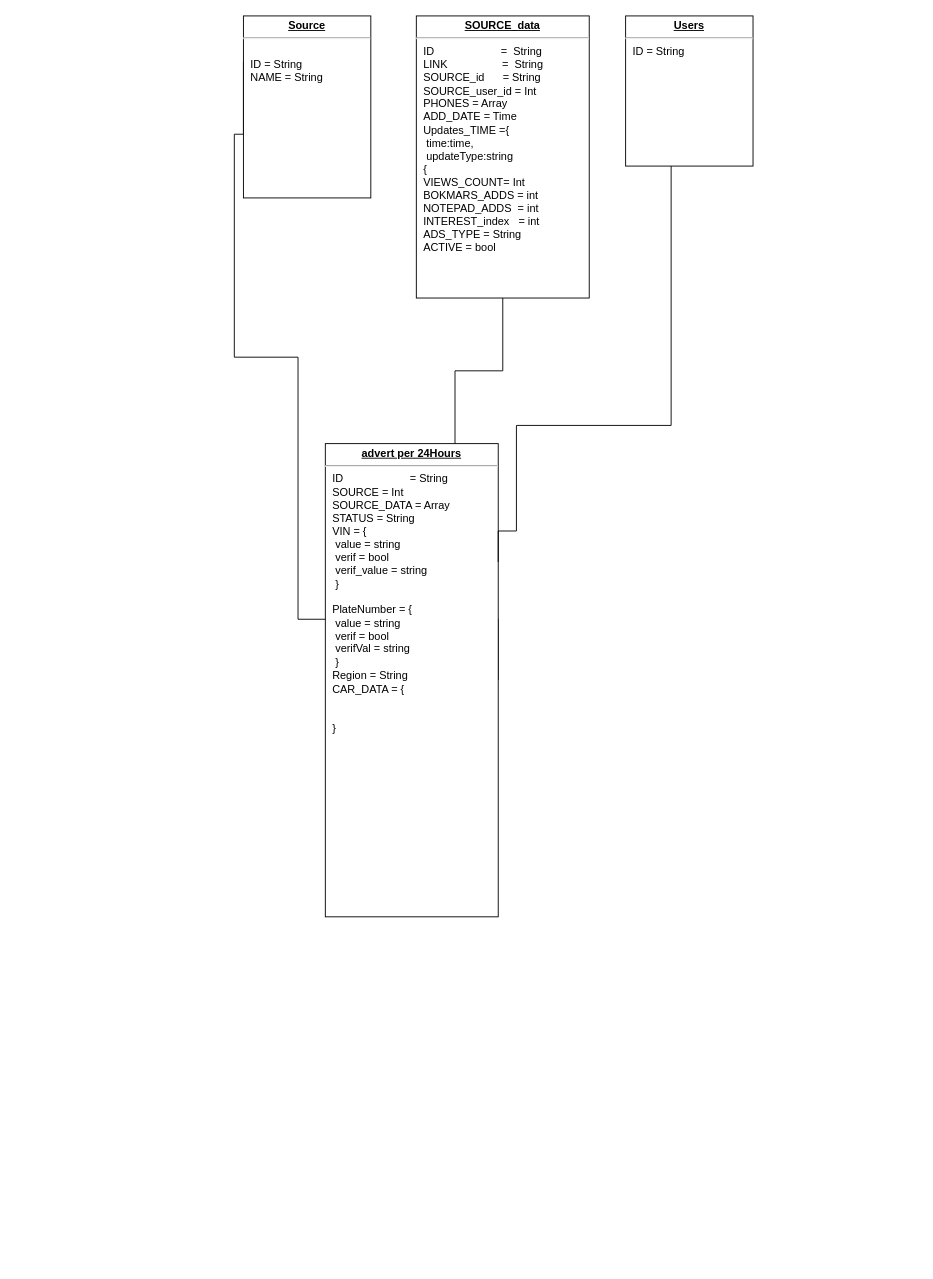
Above: .drawio in Dromich/car_dog_diagram (draw.io), before the change. Source tidied: cells renumbered, new cells numbered last; positions are measured from the earlier drawing's top-left corner, leaving out a move shared by most shapes. Both pictures are drawn from the tidied source at 91%, with x=0, y=0 at pixel (234, 15).
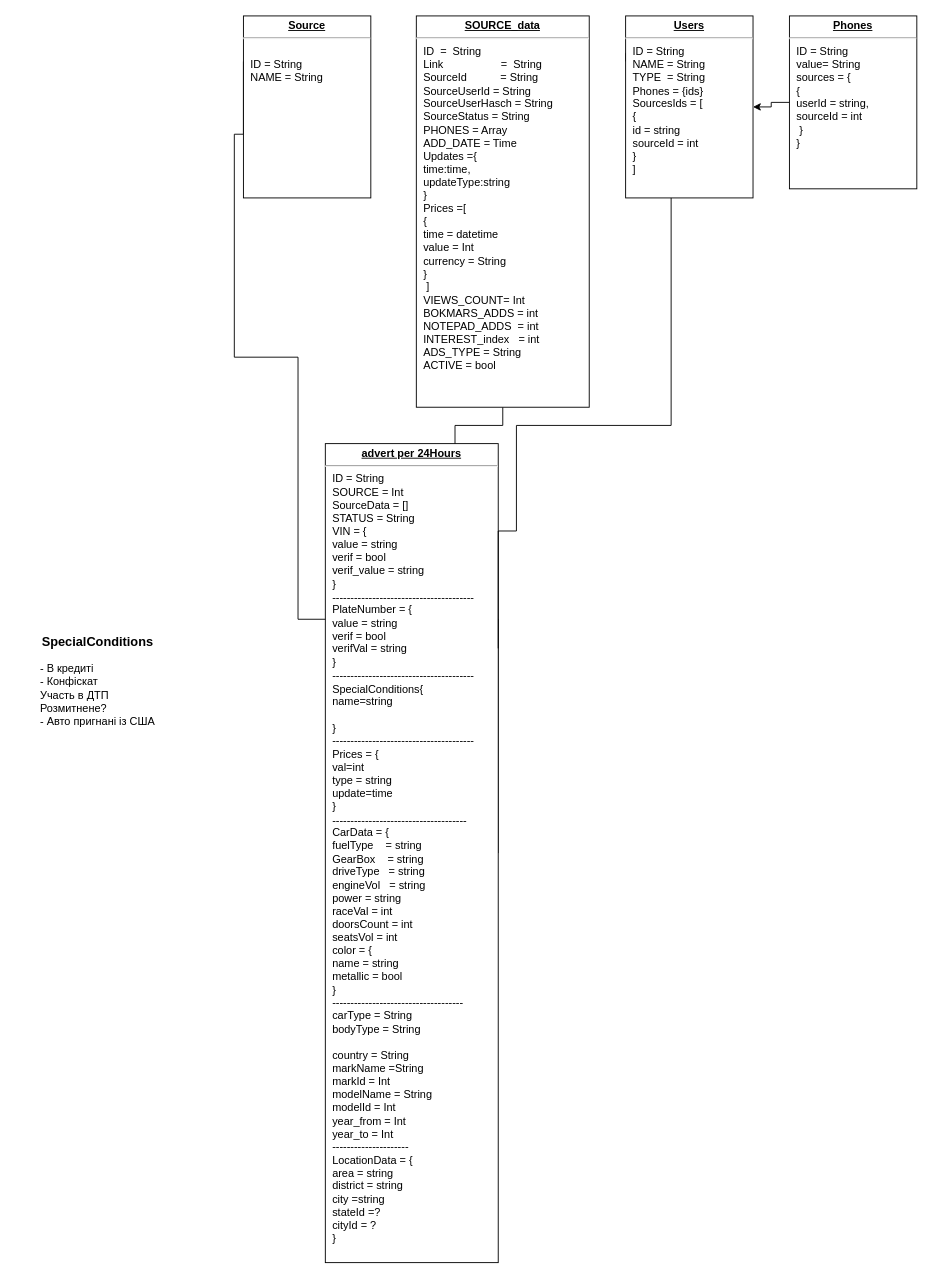
The same diagram, later.

Change to the diagram source:
```diff
@@
 <mxGraphModel>
   <root>
     <mxCell id="0" />
     <mxCell id="1" parent="0" />
     <mxCell id="2" style="edgeStyle=orthogonalEdgeStyle;rounded=0;html=1;exitX=1;exitY=0.5;entryX=0;entryY=0.25;labelBackgroundColor=none;endArrow=none;endFill=0;endSize=8;fontFamily=Verdana;fontSize=12;align=left;" parent="1" edge="1" source="3" target="6">
       <mxGeometry relative="1" as="geometry">
         <Array as="points">
           <mxPoint x="70" y="663" />
           <mxPoint x="70" y="375" />
           <mxPoint y="375" />
           <mxPoint y="130" />
         </Array>
       </mxGeometry>
     </mxCell>
-    <mxCell id="3" value="&lt;p style=&quot;margin: 0px ; margin-top: 4px ; text-align: center ; text-decoration: underline&quot;&gt;&lt;b&gt;advert per 24Hours&lt;/b&gt;&lt;br&gt;&lt;/p&gt;&lt;hr&gt;&lt;p style=&quot;margin: 0px ; margin-left: 8px&quot;&gt;ID&amp;nbsp;&amp;nbsp;&amp;nbsp;&amp;nbsp;&amp;nbsp;&amp;nbsp;&amp;nbsp;&amp;nbsp;&amp;nbsp;&amp;nbsp;&amp;nbsp; &amp;nbsp; &amp;nbsp; &amp;nbsp; &amp;nbsp; &amp;nbsp; = String&lt;br&gt;SOURCE = Int&lt;br&gt;SOURCE_DATA = Array&lt;/p&gt;&lt;p style=&quot;margin: 0px ; margin-left: 8px&quot;&gt;STATUS = String&lt;/p&gt;&lt;p style=&quot;margin: 0px ; margin-left: 8px&quot;&gt;VIN = {&lt;/p&gt;&lt;p style=&quot;margin: 0px ; margin-left: 8px&quot;&gt;&lt;span&gt; &lt;span style=&quot;white-space: pre&quot;&gt; &lt;/span&gt;value = string&lt;br&gt;&lt;span&gt; &lt;/span&gt;&lt;span style=&quot;white-space: pre&quot;&gt; &lt;/span&gt;verif   = bool&lt;/span&gt;&lt;/p&gt;&lt;p style=&quot;margin: 0px ; margin-left: 8px&quot;&gt;&lt;span&gt;&lt;span style=&quot;white-space: pre&quot;&gt; &lt;/span&gt;verif_value = string&lt;br&gt;&lt;/span&gt;&lt;/p&gt;&lt;p style=&quot;margin: 0px ; margin-left: 8px&quot;&gt;&lt;span&gt;&lt;span&gt; &lt;/span&gt;&lt;span style=&quot;white-space: pre&quot;&gt; &lt;/span&gt;}&lt;/span&gt;&lt;/p&gt;&lt;p style=&quot;margin: 0px ; margin-left: 8px&quot;&gt;&lt;span&gt;&lt;br&gt;&lt;/span&gt;&lt;/p&gt;&lt;p style=&quot;margin: 0px ; margin-left: 8px&quot;&gt;PlateNumber = {&lt;/p&gt;&lt;p style=&quot;margin: 0px ; margin-left: 8px&quot;&gt;&lt;span style=&quot;white-space: pre&quot;&gt; &lt;/span&gt;value = string&lt;br&gt;&lt;span style=&quot;white-space: pre&quot;&gt; &lt;/span&gt;verif = bool&lt;br&gt;&lt;span style=&quot;white-space: pre&quot;&gt; &lt;/span&gt;verifVal = string&lt;br&gt;&lt;/p&gt;&lt;p style=&quot;margin: 0px ; margin-left: 8px&quot;&gt;&lt;span style=&quot;white-space: pre&quot;&gt; &lt;/span&gt;}&lt;/p&gt;&lt;p style=&quot;margin: 0px ; margin-left: 8px&quot;&gt;Region = String&lt;/p&gt;&lt;p style=&quot;margin: 0px ; margin-left: 8px&quot;&gt;CAR_DATA = {&lt;/p&gt;&lt;p style=&quot;margin: 0px ; margin-left: 8px&quot;&gt;&lt;span style=&quot;white-space: pre&quot;&gt;&lt;span style=&quot;white-space: pre&quot;&gt; &lt;/span&gt; &lt;/span&gt;&lt;/p&gt;&lt;p style=&quot;margin: 0px ; margin-left: 8px&quot;&gt;&lt;br&gt;&lt;/p&gt;&lt;p style=&quot;margin: 0px ; margin-left: 8px&quot;&gt;}&lt;br&gt;&lt;/p&gt;&lt;p style=&quot;margin: 0px ; margin-left: 8px&quot;&gt;&lt;span style=&quot;white-space: pre&quot;&gt; &lt;/span&gt;&lt;br&gt;&lt;/p&gt;&lt;p style=&quot;margin: 0px ; margin-left: 8px&quot;&gt;&lt;br&gt;&lt;/p&gt;&lt;p style=&quot;margin: 0px ; margin-left: 8px&quot;&gt;&lt;br&gt;&lt;/p&gt;&lt;p style=&quot;margin: 0px ; margin-left: 8px&quot;&gt;&lt;br&gt;&lt;/p&gt;&lt;p style=&quot;margin: 0px ; margin-left: 8px&quot;&gt;&lt;br&gt;&lt;/p&gt;" style="verticalAlign=top;align=left;overflow=fill;fontSize=12;fontFamily=Helvetica;html=1;rounded=0;shadow=0;comic=0;labelBackgroundColor=none;strokeWidth=1;" parent="1" vertex="1">
-      <mxGeometry x="100" y="470" width="190" height="520" as="geometry" />
+    <mxCell id="3" value="&lt;p style=&quot;margin: 0px ; margin-top: 4px ; text-align: center ; text-decoration: underline&quot;&gt;&lt;b&gt;advert per 24Hours&lt;/b&gt;&lt;br&gt;&lt;/p&gt;&lt;hr&gt;&lt;p style=&quot;margin: 0px ; margin-left: 8px&quot;&gt;ID = String&lt;br&gt;SOURCE = Int&lt;br&gt;SourceData = []&lt;br&gt;&lt;/p&gt;&lt;p style=&quot;margin: 0px ; margin-left: 8px&quot;&gt;STATUS = String&lt;/p&gt;&lt;p style=&quot;margin: 0px ; margin-left: 8px&quot;&gt;VIN = {&lt;/p&gt;&lt;p style=&quot;margin: 0px ; margin-left: 8px&quot;&gt;&lt;span&gt; &lt;span&gt; &lt;/span&gt;value = string&lt;br&gt;&lt;span&gt; &lt;/span&gt;&lt;span&gt; &lt;/span&gt;verif   = bool&lt;/span&gt;&lt;/p&gt;&lt;p style=&quot;margin: 0px ; margin-left: 8px&quot;&gt;&lt;span&gt;&lt;span&gt; &lt;/span&gt;verif_value = string&lt;br&gt;&lt;/span&gt;&lt;/p&gt;&lt;p style=&quot;margin: 0px ; margin-left: 8px&quot;&gt;&lt;span&gt;&lt;span&gt; &lt;/span&gt;&lt;span&gt; &lt;/span&gt;}&lt;/span&gt;&lt;/p&gt;&lt;p style=&quot;margin: 0px ; margin-left: 8px&quot;&gt;&lt;span&gt;---------------------------------------&lt;br&gt;&lt;/span&gt;&lt;/p&gt;&lt;p style=&quot;margin: 0px ; margin-left: 8px&quot;&gt;PlateNumber = {&lt;/p&gt;&lt;p style=&quot;margin: 0px ; margin-left: 8px&quot;&gt;&lt;span&gt; &lt;/span&gt;value = string&lt;br&gt;&lt;span&gt; &lt;/span&gt;verif = bool&lt;br&gt;&lt;span&gt; &lt;/span&gt;verifVal = string&lt;br&gt;&lt;/p&gt;&lt;p style=&quot;margin: 0px ; margin-left: 8px&quot;&gt;&lt;span&gt; &lt;/span&gt;}&lt;/p&gt;&lt;p style=&quot;margin: 0px ; margin-left: 8px&quot;&gt;---------------------------------------&lt;br&gt;&lt;/p&gt;&lt;p style=&quot;margin: 0px ; margin-left: 8px&quot;&gt;SpecialСonditions{&lt;/p&gt;&lt;p style=&quot;margin: 0px ; margin-left: 8px&quot;&gt;name=string&lt;br&gt;&lt;/p&gt;&lt;p style=&quot;margin: 0px ; margin-left: 8px&quot;&gt;&lt;br&gt;&lt;/p&gt;&lt;p style=&quot;margin: 0px ; margin-left: 8px&quot;&gt;}&lt;/p&gt;&lt;p style=&quot;margin: 0px ; margin-left: 8px&quot;&gt;---------------------------------------&lt;br&gt;&lt;/p&gt;&lt;p style=&quot;margin: 0px ; margin-left: 8px&quot;&gt;Prices = {&lt;/p&gt;&lt;p style=&quot;margin: 0px ; margin-left: 8px&quot;&gt;val=int&lt;/p&gt;&lt;p style=&quot;margin: 0px ; margin-left: 8px&quot;&gt;type = string&lt;br&gt;&lt;/p&gt;&lt;p style=&quot;margin: 0px ; margin-left: 8px&quot;&gt;update=time&lt;br&gt;&lt;/p&gt;&lt;p style=&quot;margin: 0px ; margin-left: 8px&quot;&gt;}&lt;/p&gt;&lt;p style=&quot;margin: 0px ; margin-left: 8px&quot;&gt;-------------------------------------&lt;/p&gt;&lt;p style=&quot;margin: 0px ; margin-left: 8px&quot;&gt;CarData = {&lt;/p&gt;&lt;p style=&quot;margin: 0px ; margin-left: 8px&quot;&gt;&lt;span&gt; &lt;/span&gt;fuelType&amp;nbsp;&amp;nbsp;&amp;nbsp; = string&lt;/p&gt;&lt;p style=&quot;margin: 0px ; margin-left: 8px&quot;&gt;GearBox&amp;nbsp;&amp;nbsp;&amp;nbsp; = string&lt;/p&gt;&lt;p style=&quot;margin: 0px ; margin-left: 8px&quot;&gt;driveType&amp;nbsp;&amp;nbsp; = string&lt;/p&gt;&lt;p style=&quot;margin: 0px ; margin-left: 8px&quot;&gt;engineVol&amp;nbsp;&amp;nbsp; = string&lt;/p&gt;&lt;p style=&quot;margin: 0px ; margin-left: 8px&quot;&gt;power = string&lt;br&gt;&lt;/p&gt;&lt;p style=&quot;margin: 0px ; margin-left: 8px&quot;&gt;raceVal = int&lt;/p&gt;&lt;p style=&quot;margin: 0px ; margin-left: 8px&quot;&gt;doorsCount = int&lt;/p&gt;&lt;p style=&quot;margin: 0px ; margin-left: 8px&quot;&gt;seatsVol = int&lt;/p&gt;&lt;p style=&quot;margin: 0px ; margin-left: 8px&quot;&gt;color = {&lt;/p&gt;&lt;p style=&quot;margin: 0px ; margin-left: 8px&quot;&gt;name = string&lt;/p&gt;&lt;p style=&quot;margin: 0px ; margin-left: 8px&quot;&gt;metallic = bool&lt;br&gt;&lt;/p&gt;&lt;p style=&quot;margin: 0px ; margin-left: 8px&quot;&gt;}&lt;/p&gt;&lt;p style=&quot;margin: 0px ; margin-left: 8px&quot;&gt;------------------------------------&lt;/p&gt;&lt;p style=&quot;margin: 0px ; margin-left: 8px&quot;&gt;&lt;span style=&quot;background-color: rgb(255 , 255 , 255)&quot;&gt;carType = String&lt;/span&gt;&lt;/p&gt;&lt;p style=&quot;margin: 0px ; margin-left: 8px&quot;&gt;bodyType = String&lt;/p&gt;&lt;p style=&quot;margin: 0px ; margin-left: 8px&quot;&gt;&lt;br&gt;&lt;/p&gt;&lt;p style=&quot;margin: 0px ; margin-left: 8px&quot;&gt;country = String&lt;/p&gt;&lt;p style=&quot;margin: 0px ; margin-left: 8px&quot;&gt;markName =String&lt;/p&gt;&lt;p style=&quot;margin: 0px ; margin-left: 8px&quot;&gt;markId = Int&lt;/p&gt;&lt;p style=&quot;margin: 0px ; margin-left: 8px&quot;&gt;modelName = String&lt;/p&gt;&lt;p style=&quot;margin: 0px ; margin-left: 8px&quot;&gt;modelId = Int&lt;/p&gt;&lt;p style=&quot;margin: 0px ; margin-left: 8px&quot;&gt;year_from = Int&lt;/p&gt;&lt;p style=&quot;margin: 0px ; margin-left: 8px&quot;&gt;year_to = Int&lt;/p&gt;&lt;p style=&quot;margin: 0px ; margin-left: 8px&quot;&gt;&lt;span&gt; &lt;/span&gt;---------------------&lt;/p&gt;&lt;p style=&quot;margin: 0px ; margin-left: 8px&quot;&gt;LocationData = {&lt;/p&gt;&lt;p style=&quot;margin: 0px ; margin-left: 8px&quot;&gt;area = string&lt;br&gt;&lt;/p&gt;&lt;p style=&quot;margin: 0px ; margin-left: 8px&quot;&gt;district = string&lt;/p&gt;&lt;p style=&quot;margin: 0px ; margin-left: 8px&quot;&gt;city =string&lt;/p&gt;&lt;p style=&quot;margin: 0px ; margin-left: 8px&quot;&gt;stateId =?&lt;/p&gt;&lt;p style=&quot;margin: 0px ; margin-left: 8px&quot;&gt;cityId = ?&lt;/p&gt;&lt;p style=&quot;margin: 0px ; margin-left: 8px&quot;&gt;}&lt;/p&gt;&lt;p style=&quot;margin: 0px ; margin-left: 8px&quot;&gt;&lt;br&gt;&lt;/p&gt;&lt;p style=&quot;margin: 0px ; margin-left: 8px&quot;&gt;&lt;br&gt;&lt;/p&gt;&lt;p style=&quot;margin: 0px ; margin-left: 8px&quot;&gt;&lt;br&gt;&lt;/p&gt;&lt;p style=&quot;margin: 0px ; margin-left: 8px&quot;&gt;&lt;br&gt;&lt;/p&gt;&lt;p style=&quot;margin: 0px ; margin-left: 8px&quot;&gt;&lt;br&gt;&lt;/p&gt;&lt;p style=&quot;margin: 0px ; margin-left: 8px&quot;&gt;&lt;br&gt;&lt;/p&gt;" style="verticalAlign=top;align=left;overflow=fill;fontSize=12;fontFamily=Helvetica;html=1;rounded=0;shadow=0;comic=0;labelBackgroundColor=none;strokeWidth=1;" parent="1" vertex="1">
+      <mxGeometry x="100" y="470" width="190" height="900" as="geometry" />
     </mxCell>
     <mxCell id="4" style="edgeStyle=orthogonalEdgeStyle;rounded=0;html=1;exitX=0;exitY=0.25;entryX=1;entryY=0.25;labelBackgroundColor=none;endArrow=none;endFill=0;endSize=8;fontFamily=Verdana;fontSize=12;align=left;" parent="1" edge="1" source="5" target="3">
       <mxGeometry relative="1" as="geometry">
         <Array as="points">
           <mxPoint x="480" y="41" />
           <mxPoint x="480" y="450" />
           <mxPoint x="310" y="450" />
           <mxPoint x="310" y="566" />
           <mxPoint x="290" y="566" />
         </Array>
       </mxGeometry>
     </mxCell>
-    <mxCell id="5" value="&lt;p style=&quot;margin: 0px ; margin-top: 4px ; text-align: center ; text-decoration: underline&quot;&gt;&lt;b&gt;Users&lt;/b&gt;&lt;br&gt;&lt;/p&gt;&lt;hr&gt;&lt;p style=&quot;margin: 0px ; margin-left: 8px&quot;&gt;ID = String&lt;/p&gt;" style="verticalAlign=top;align=left;overflow=fill;fontSize=12;fontFamily=Helvetica;html=1;rounded=0;shadow=0;comic=0;labelBackgroundColor=none;strokeWidth=1;" parent="1" vertex="1">
-      <mxGeometry x="430" width="140" height="165" as="geometry" />
+    <mxCell id="5" value="&lt;p style=&quot;margin: 0px ; margin-top: 4px ; text-align: center ; text-decoration: underline&quot;&gt;&lt;b&gt;Users&lt;/b&gt;&lt;br&gt;&lt;/p&gt;&lt;hr&gt;&lt;p style=&quot;margin: 0px ; margin-left: 8px&quot;&gt;ID = String&lt;/p&gt;&lt;p style=&quot;margin: 0px ; margin-left: 8px&quot;&gt;NAME = String&lt;/p&gt;&lt;p style=&quot;margin: 0px ; margin-left: 8px&quot;&gt;TYPE&amp;nbsp; = String&lt;/p&gt;&lt;p style=&quot;margin: 0px ; margin-left: 8px&quot;&gt;Phones = {ids}&lt;/p&gt;&lt;p style=&quot;margin: 0px ; margin-left: 8px&quot;&gt;SourcesIds = [&lt;/p&gt;&lt;p style=&quot;margin: 0px ; margin-left: 8px&quot;&gt;{&lt;/p&gt;&lt;p style=&quot;margin: 0px ; margin-left: 8px&quot;&gt;id = string&lt;/p&gt;&lt;p style=&quot;margin: 0px ; margin-left: 8px&quot;&gt;sourceId = int&lt;br&gt;&lt;/p&gt;&lt;p style=&quot;margin: 0px ; margin-left: 8px&quot;&gt;}&lt;br&gt;&lt;/p&gt;&lt;p style=&quot;margin: 0px ; margin-left: 8px&quot;&gt;]&lt;br&gt;&lt;/p&gt;&lt;p style=&quot;margin: 0px ; margin-left: 8px&quot;&gt;&lt;br&gt;&lt;/p&gt;" style="verticalAlign=top;align=left;overflow=fill;fontSize=12;fontFamily=Helvetica;html=1;rounded=0;shadow=0;comic=0;labelBackgroundColor=none;strokeWidth=1;" parent="1" vertex="1">
+      <mxGeometry x="430" width="140" height="200" as="geometry" />
     </mxCell>
     <mxCell id="6" value="&lt;p style=&quot;margin: 0px ; margin-top: 4px ; text-align: center ; text-decoration: underline&quot;&gt;&lt;b&gt;Source&lt;/b&gt;&lt;br&gt;&lt;/p&gt;&lt;hr&gt;&lt;p style=&quot;margin: 0px ; margin-left: 8px&quot;&gt;&lt;br&gt;ID = String&lt;/p&gt;&lt;p style=&quot;margin: 0px ; margin-left: 8px&quot;&gt;NAME = String&lt;br&gt;&lt;/p&gt;" style="verticalAlign=top;align=left;overflow=fill;fontSize=12;fontFamily=Helvetica;html=1;rounded=0;shadow=0;comic=0;labelBackgroundColor=none;strokeWidth=1;" parent="1" vertex="1">
       <mxGeometry x="10" width="140" height="200" as="geometry" />
     </mxCell>
     <mxCell id="7" style="edgeStyle=orthogonalEdgeStyle;rounded=0;jettySize=auto;html=1;entryX=0.75;entryY=0;entryDx=0;entryDy=0;endArrow=none;endFill=0;" parent="1" edge="1" source="8" target="3">
       <mxGeometry relative="1" as="geometry" />
     </mxCell>
-    <mxCell id="8" value="&lt;p style=&quot;margin: 0px ; margin-top: 4px ; text-align: center ; text-decoration: underline&quot;&gt;&lt;b&gt;SOURCE_data&lt;/b&gt;&lt;/p&gt;&lt;hr&gt;&lt;p style=&quot;margin: 0px ; margin-left: 8px&quot;&gt;ID&amp;nbsp;&amp;nbsp;&amp;nbsp;&amp;nbsp;&amp;nbsp;&amp;nbsp;&amp;nbsp;&amp;nbsp;&amp;nbsp;&amp;nbsp;&amp;nbsp;&amp;nbsp;&amp;nbsp;&amp;nbsp;&amp;nbsp;&amp;nbsp;&amp;nbsp;&amp;nbsp;&amp;nbsp;&amp;nbsp;&amp;nbsp; =&amp;nbsp; String&lt;/p&gt;&lt;p style=&quot;margin: 0px ; margin-left: 8px&quot;&gt;LINK&amp;nbsp;&amp;nbsp;&amp;nbsp;&amp;nbsp;&amp;nbsp;&amp;nbsp;&amp;nbsp;&amp;nbsp;&amp;nbsp;&amp;nbsp;&amp;nbsp;&amp;nbsp; &amp;nbsp; &amp;nbsp;&amp;nbsp; =&amp;nbsp; String&lt;/p&gt;&lt;p style=&quot;margin: 0px ; margin-left: 8px&quot;&gt;SOURCE_id&amp;nbsp;&amp;nbsp;&amp;nbsp;&amp;nbsp;&amp;nbsp; = String&lt;br&gt;&lt;/p&gt;&lt;p style=&quot;margin: 0px ; margin-left: 8px&quot;&gt;SOURCE_user_id = Int&lt;/p&gt;&lt;p style=&quot;margin: 0px ; margin-left: 8px&quot;&gt;PHONES = Array&lt;/p&gt;&lt;p style=&quot;margin: 0px ; margin-left: 8px&quot;&gt;ADD_DATE = Time&lt;/p&gt;&lt;p style=&quot;margin: 0px ; margin-left: 8px&quot;&gt;Updates_TIME ={&lt;/p&gt;&lt;p style=&quot;margin: 0px ; margin-left: 8px&quot;&gt;&lt;span&gt; &lt;/span&gt;&lt;span&gt; &lt;/span&gt;&lt;span style=&quot;white-space: pre&quot;&gt; &lt;/span&gt;time:time,&lt;/p&gt;&lt;p style=&quot;margin: 0px ; margin-left: 8px&quot;&gt;&lt;span&gt; &lt;/span&gt;&lt;span&gt; &lt;/span&gt;&lt;span style=&quot;white-space: pre&quot;&gt; &lt;/span&gt;updateType:string&lt;/p&gt;&lt;p style=&quot;margin: 0px ; margin-left: 8px&quot;&gt;&lt;span&gt; &lt;/span&gt;&lt;span&gt; &lt;/span&gt;{&lt;/p&gt;&lt;p style=&quot;margin: 0px ; margin-left: 8px&quot;&gt;VIEWS_COUNT= Int&lt;/p&gt;&lt;p style=&quot;margin: 0px ; margin-left: 8px&quot;&gt;BOKMARS_ADDS = int&lt;/p&gt;&lt;p style=&quot;margin: 0px ; margin-left: 8px&quot;&gt;NOTEPAD_ADDS&amp;nbsp; = int&lt;/p&gt;&lt;p style=&quot;margin: 0px ; margin-left: 8px&quot;&gt;INTEREST_index&amp;nbsp;&amp;nbsp; = int&lt;br&gt;ADS_TYPE = String&lt;/p&gt;&lt;p style=&quot;margin: 0px ; margin-left: 8px&quot;&gt;ACTIVE = bool&lt;/p&gt;&lt;p style=&quot;margin: 0px ; margin-left: 8px&quot;&gt;&lt;br&gt;&lt;/p&gt;&lt;p style=&quot;margin: 0px ; margin-left: 8px&quot;&gt;&lt;br&gt;&lt;/p&gt;" style="verticalAlign=top;align=left;overflow=fill;fontSize=12;fontFamily=Helvetica;html=1;rounded=0;shadow=0;comic=0;labelBackgroundColor=none;strokeWidth=1;" parent="1" vertex="1">
-      <mxGeometry x="200" width="190" height="310" as="geometry" />
+    <mxCell id="8" value="&lt;p style=&quot;margin: 0px ; margin-top: 4px ; text-align: center ; text-decoration: underline&quot;&gt;&lt;b&gt;SOURCE_data&lt;/b&gt;&lt;/p&gt;&lt;hr&gt;&lt;p style=&quot;margin: 0px ; margin-left: 8px&quot;&gt;ID&amp;nbsp; =&amp;nbsp; String&lt;/p&gt;&lt;p style=&quot;margin: 0px ; margin-left: 8px&quot;&gt;Link &amp;nbsp;&amp;nbsp;&amp;nbsp;&amp;nbsp;&amp;nbsp;&amp;nbsp;&amp;nbsp;&amp;nbsp;&amp;nbsp;&amp;nbsp;&amp;nbsp; &amp;nbsp; &amp;nbsp;&amp;nbsp;&amp;nbsp; =&amp;nbsp; String&lt;/p&gt;&lt;p style=&quot;margin: 0px ; margin-left: 8px&quot;&gt;SourceId &amp;nbsp;&amp;nbsp;&amp;nbsp;&amp;nbsp;&amp;nbsp;&amp;nbsp;&amp;nbsp; &amp;nbsp; = String&lt;br&gt;&lt;/p&gt;&lt;p style=&quot;margin: 0px ; margin-left: 8px&quot;&gt;SourceUserId = String&lt;/p&gt;&lt;p style=&quot;margin: 0px ; margin-left: 8px&quot;&gt;SourceUserHasch = String&lt;br&gt;&lt;/p&gt;&lt;p style=&quot;margin: 0px ; margin-left: 8px&quot;&gt;SourceStatus = String&lt;br&gt;&lt;/p&gt;&lt;p style=&quot;margin: 0px ; margin-left: 8px&quot;&gt;PHONES = Array&lt;/p&gt;&lt;p style=&quot;margin: 0px ; margin-left: 8px&quot;&gt;ADD_DATE = Time&lt;/p&gt;&lt;p style=&quot;margin: 0px ; margin-left: 8px&quot;&gt;Updates ={&lt;/p&gt;&lt;p style=&quot;margin: 0px ; margin-left: 8px&quot;&gt;&lt;span&gt; &lt;/span&gt;&lt;span&gt; &lt;/span&gt;&lt;span&gt; &lt;/span&gt;time:time,&lt;/p&gt;&lt;p style=&quot;margin: 0px ; margin-left: 8px&quot;&gt;&lt;span&gt; &lt;/span&gt;&lt;span&gt; &lt;/span&gt;&lt;span&gt; &lt;/span&gt;updateType:string&lt;/p&gt;&lt;p style=&quot;margin: 0px ; margin-left: 8px&quot;&gt;&lt;span&gt; &lt;/span&gt;&lt;span&gt; &lt;/span&gt;}&lt;/p&gt;&lt;p style=&quot;margin: 0px ; margin-left: 8px&quot;&gt;Prices =[&lt;/p&gt;&lt;p style=&quot;margin: 0px ; margin-left: 8px&quot;&gt;{&lt;/p&gt;&lt;p style=&quot;margin: 0px ; margin-left: 8px&quot;&gt;time = datetime&lt;/p&gt;&lt;p style=&quot;margin: 0px ; margin-left: 8px&quot;&gt;value = Int&lt;/p&gt;&lt;p style=&quot;margin: 0px ; margin-left: 8px&quot;&gt;currency = String&lt;br&gt;&lt;/p&gt;&lt;p style=&quot;margin: 0px ; margin-left: 8px&quot;&gt;}&lt;br&gt;&lt;/p&gt;&lt;p style=&quot;margin: 0px ; margin-left: 8px&quot;&gt;&amp;nbsp;]&lt;br&gt;&lt;/p&gt;&lt;p style=&quot;margin: 0px ; margin-left: 8px&quot;&gt;VIEWS_COUNT= Int&lt;/p&gt;&lt;p style=&quot;margin: 0px ; margin-left: 8px&quot;&gt;BOKMARS_ADDS = int&lt;/p&gt;&lt;p style=&quot;margin: 0px ; margin-left: 8px&quot;&gt;NOTEPAD_ADDS&amp;nbsp; = int&lt;/p&gt;&lt;p style=&quot;margin: 0px ; margin-left: 8px&quot;&gt;INTEREST_index&amp;nbsp;&amp;nbsp; = int&lt;br&gt;ADS_TYPE = String&lt;/p&gt;&lt;p style=&quot;margin: 0px ; margin-left: 8px&quot;&gt;ACTIVE = bool&lt;/p&gt;&lt;p style=&quot;margin: 0px ; margin-left: 8px&quot;&gt;&lt;br&gt;&lt;/p&gt;&lt;p style=&quot;margin: 0px ; margin-left: 8px&quot;&gt;&lt;br&gt;&lt;/p&gt;" style="verticalAlign=top;align=left;overflow=fill;fontSize=12;fontFamily=Helvetica;html=1;rounded=0;shadow=0;comic=0;labelBackgroundColor=none;strokeWidth=1;" parent="1" vertex="1">
+      <mxGeometry x="200" width="190" height="430" as="geometry" />
     </mxCell>
+    <mxCell id="9" value="&lt;h3&gt;SpecialСonditions&lt;/h3&gt;&lt;div align=&quot;left&quot;&gt;- В кредиті&lt;br&gt;- Конфіскат&lt;br&gt;Участь в ДТП&lt;br&gt;Розмитнене?&lt;br&gt;- Авто пригнані із США&lt;br&gt;&lt;/div&gt;" style="text;html=1;strokeColor=none;fillColor=none;align=center;verticalAlign=middle;whiteSpace=wrap;rounded=0;" parent="1" vertex="1">
+      <mxGeometry x="-240" y="640" width="180" height="167" as="geometry" />
+    </mxCell>
+    <mxCell id="10" style="edgeStyle=orthogonalEdgeStyle;rounded=0;jettySize=auto;html=1;entryX=1;entryY=0.5;entryDx=0;entryDy=0;" parent="1" edge="1" source="11" target="5">
+      <mxGeometry relative="1" as="geometry" />
+    </mxCell>
+    <mxCell id="11" value="&lt;p style=&quot;margin: 0px ; margin-top: 4px ; text-align: center ; text-decoration: underline&quot;&gt;&lt;b&gt;Phones&lt;/b&gt;&lt;br&gt;&lt;/p&gt;&lt;hr&gt;&lt;p style=&quot;margin: 0px ; margin-left: 8px&quot;&gt;ID = String&lt;/p&gt;&lt;p style=&quot;margin: 0px ; margin-left: 8px&quot;&gt;value= String&lt;/p&gt;&lt;p style=&quot;margin: 0px ; margin-left: 8px&quot;&gt;sources = {&lt;/p&gt;&lt;p style=&quot;margin: 0px ; margin-left: 8px&quot;&gt;{&lt;br&gt;userId = string,&lt;/p&gt;&lt;p style=&quot;margin: 0px ; margin-left: 8px&quot;&gt;sourceId = int&lt;/p&gt;&lt;p style=&quot;margin: 0px ; margin-left: 8px&quot;&gt;&amp;nbsp;}&lt;/p&gt;&lt;p style=&quot;margin: 0px ; margin-left: 8px&quot;&gt;}&lt;br&gt;&lt;/p&gt;&lt;p style=&quot;margin: 0px ; margin-left: 8px&quot;&gt;&lt;br&gt;&lt;/p&gt;&lt;br&gt;&lt;p style=&quot;margin: 0px ; margin-left: 8px&quot;&gt;&lt;br&gt;&lt;/p&gt;" style="verticalAlign=top;align=left;overflow=fill;fontSize=12;fontFamily=Helvetica;html=1;rounded=0;shadow=0;comic=0;labelBackgroundColor=none;strokeWidth=1;" parent="1" vertex="1">
+      <mxGeometry x="610" width="140" height="190" as="geometry" />
+    </mxCell>
   </root>
 </mxGraphModel>
```
